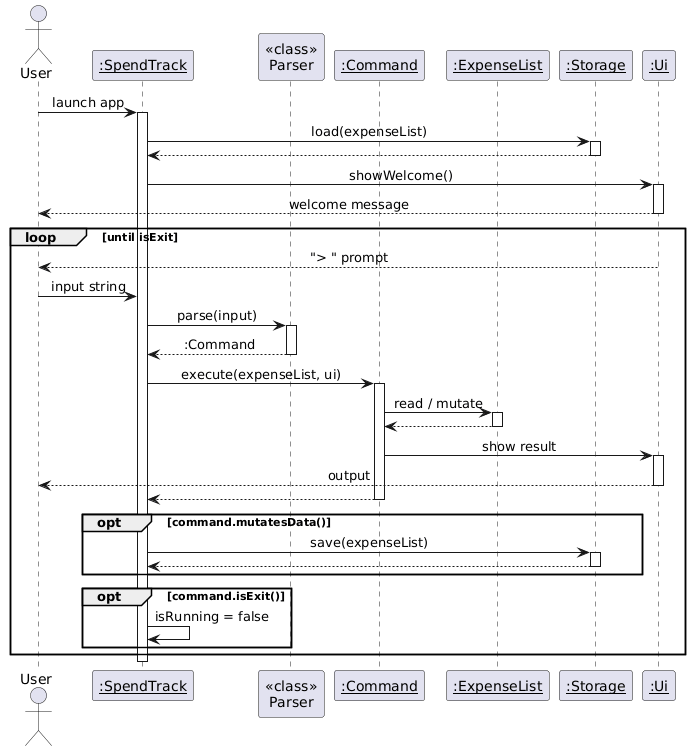
The PlantUML diagram docs/images/ArchitectureSequence.png in AbhijitBalajee/tp, before a commit. The source it was exported from:
```plantuml
@startuml
!define BGCOLOR white
skinparam backgroundColor BGCOLOR
skinparam sequenceMessageAlign center

actor User
participant "<u>:SpendTrack</u>" as ST
participant "<<class>>\nParser" as P
participant "<u>:Command</u>" as CMD
participant "<u>:ExpenseList</u>" as EL
participant "<u>:Storage</u>" as S
participant "<u>:Ui</u>" as UI

User -> ST : launch app
activate ST

ST -> S : load(expenseList)
activate S
S --> ST
deactivate S

ST -> UI : showWelcome()
activate UI
UI --> User : welcome message
deactivate UI

loop until isExit
    UI --> User : "> " prompt
    User -> ST : input string
    ST -> P : parse(input)
    activate P
    P --> ST : :Command
    deactivate P

    ST -> CMD : execute(expenseList, ui)
    activate CMD
    CMD -> EL : read / mutate
    activate EL
    EL --> CMD
    deactivate EL
    CMD -> UI : show result
    activate UI
    UI --> User : output
    deactivate UI
    CMD --> ST
    deactivate CMD

    opt command.mutatesData()
        ST -> S : save(expenseList)
        activate S
        S --> ST
        deactivate S
    end

    opt command.isExit()
        ST -> ST : isRunning = false
    end
end

deactivate ST
@enduml
```
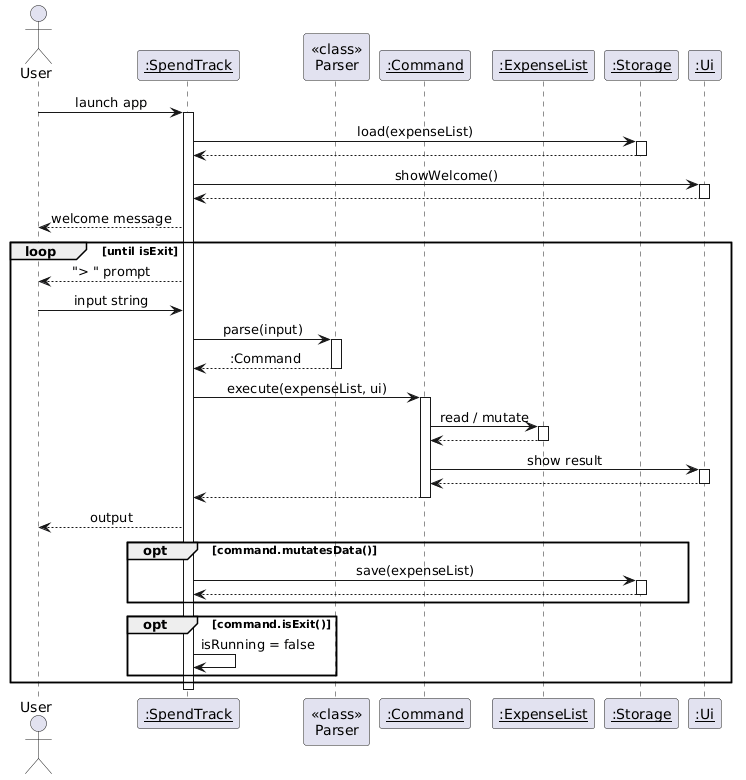
After the change.

The edit, as a diff of the source:
```diff
@@ -21,11 +21,12 @@
 
 ST -> UI : showWelcome()
 activate UI
-UI --> User : welcome message
+UI --> ST
 deactivate UI
+ST --> User : welcome message
 
 loop until isExit
-    UI --> User : "> " prompt
+    ST --> User : "> " prompt
     User -> ST : input string
     ST -> P : parse(input)
     activate P
@@ -40,10 +41,11 @@
     deactivate EL
     CMD -> UI : show result
     activate UI
-    UI --> User : output
+    UI --> CMD
     deactivate UI
     CMD --> ST
     deactivate CMD
+    ST --> User : output
 
     opt command.mutatesData()
         ST -> S : save(expenseList)
```
